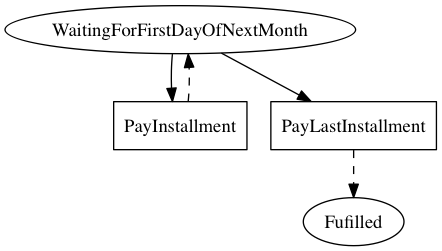
Above: linear_state_machine_language/pyL4/examples/out_graphviz/from_academic_lit/hvitved_instalment_sale--simplified_time.png in Marcao02/complaw-deeptech (Graphviz), before the change. Its source is kept beside it as linear_state_machine_language/pyL4/examples/out_graphviz/from_academic_lit/hvitved_instalment_sale--simplified_time.dot. The source it was exported from:
```dot

digraph Instalment_Sale_Hvitved {
    Fulfilled[label=Fufilled];
    WaitingForFirstDayOfNextMonth[label=WaitingForFirstDayOfNextMonth]


    PayInstallment[label=PayInstallment,shape=box];
	PayLastInstallment[label=PayLastInstallment,shape=box]



    WaitingForFirstDayOfNextMonth -> PayInstallment;
	WaitingForFirstDayOfNextMonth -> PayLastInstallment

    PayInstallment -> WaitingForFirstDayOfNextMonth [style=dashed];
	PayLastInstallment -> Fulfilled [style=dashed];



}
```
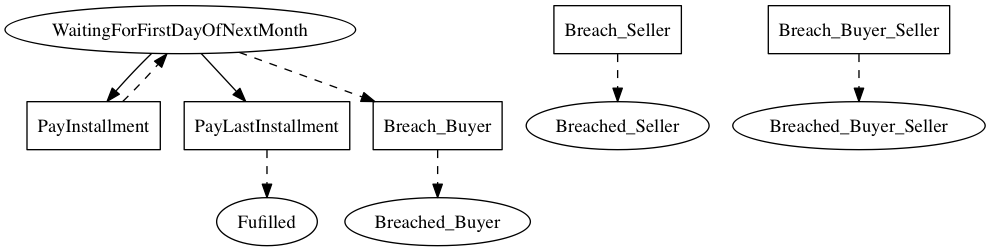
Later version of the same file.

What changed in the source:
```diff
@@ -1,19 +1,29 @@
 
 digraph Instalment_Sale_Hvitved {
     Fulfilled[label=Fufilled];
-    WaitingForFirstDayOfNextMonth[label=WaitingForFirstDayOfNextMonth]
+    WaitingForFirstDayOfNextMonth[label=WaitingForFirstDayOfNextMonth];
+	Breached_Seller[label=Breached_Seller];
+	Breached_Buyer[label=Breached_Buyer];
+	Breached_Buyer_Seller[label=Breached_Buyer_Seller]
 
 
     PayInstallment[label=PayInstallment,shape=box];
-	PayLastInstallment[label=PayLastInstallment,shape=box]
+	PayLastInstallment[label=PayLastInstallment,shape=box];
+	Breach_Seller[label=Breach_Seller,shape=box];
+	Breach_Buyer[label=Breach_Buyer,shape=box];
+	Breach_Buyer_Seller[label=Breach_Buyer_Seller,shape=box]
 
 
 
     WaitingForFirstDayOfNextMonth -> PayInstallment;
-	WaitingForFirstDayOfNextMonth -> PayLastInstallment
+	WaitingForFirstDayOfNextMonth -> PayLastInstallment;
+	WaitingForFirstDayOfNextMonth -> Breach_Buyer [style=dashed]
 
     PayInstallment -> WaitingForFirstDayOfNextMonth [style=dashed];
 	PayLastInstallment -> Fulfilled [style=dashed];
+	Breach_Seller -> Breached_Seller [style=dashed];
+	Breach_Buyer -> Breached_Buyer [style=dashed];
+	Breach_Buyer_Seller -> Breached_Buyer_Seller [style=dashed];
 
 
 
```
